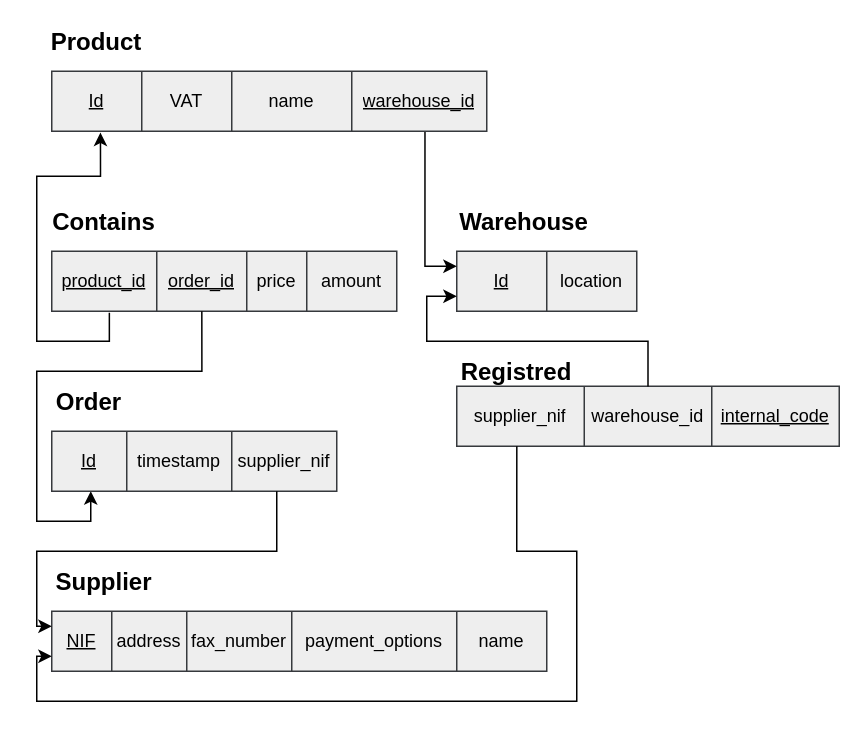
Before: P3-3/chart1.drawio in Unn4m3DD/db, a draw.io diagram. Source tidied: cells renumbered, new cells numbered last; positions are measured from the earlier drawing's top-left corner, leaving out a move shared by most shapes. Both pictures are drawn from the tidied source at 150%, with x=0, y=0 at pixel (36, 26).
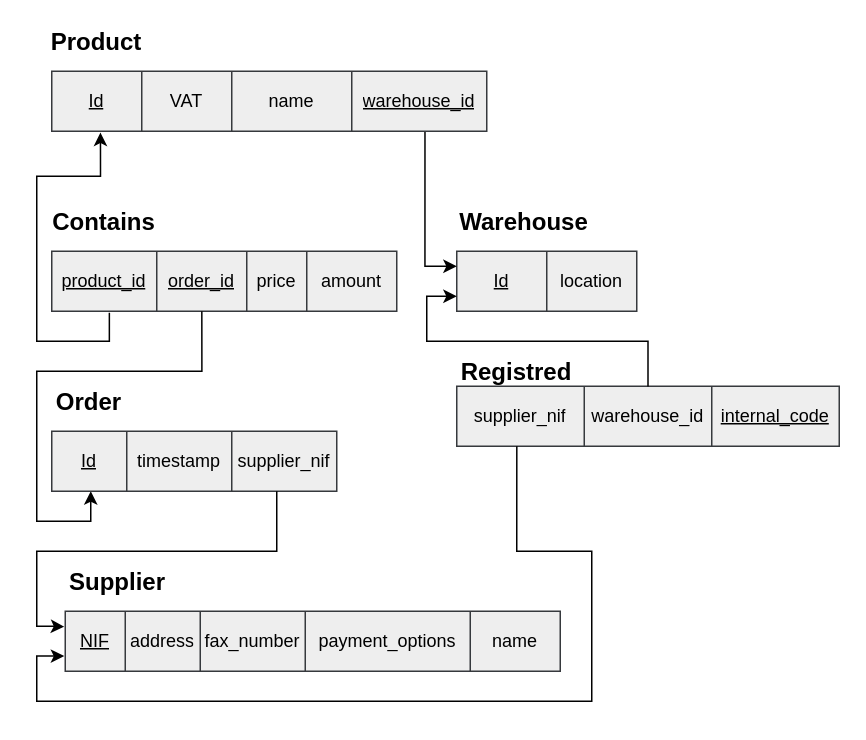
After the change.

Unchanged cells that the change refers to:
```xml
<mxCell id="15" style="shape=partialRectangle;html=1;whiteSpace=wrap;fillColor=none;top=0;left=0;bottom=0;right=0;points=[[0,0.5],[1,0.5]];portConstraint=eastwest;" parent="14" vertex="1">
  <mxGeometry width="330" height="40" as="geometry" />
</mxCell>
<mxCell id="37" style="shape=partialRectangle;html=1;whiteSpace=wrap;fillColor=none;top=0;left=0;bottom=0;right=0;points=[[0,0.5],[1,0.5]];portConstraint=eastwest;" parent="36" vertex="1">
  <mxGeometry width="255" height="40" as="geometry" />
</mxCell>
```

Diff of the diagram source:
```diff
@@
     <mxCell id="14" style="shape=table;html=1;whiteSpace=wrap;startSize=0;childLayout=tableLayout;fillColor=#eeeeee;strokeColor=#36393d;" parent="1" vertex="1">
-      <mxGeometry x="10" y="390" width="330" height="40" as="geometry" />
+      <mxGeometry x="19" y="390" width="330" height="40" as="geometry" />
     </mxCell>
@@
     <mxCell id="21" value="&lt;span style=&quot;font-size: 16px&quot;&gt;&lt;b&gt;Supplier&lt;/b&gt;&lt;/span&gt;" style="text;html=1;strokeColor=none;fillColor=none;align=center;verticalAlign=middle;whiteSpace=wrap;rounded=0;" parent="1" vertex="1">
-      <mxGeometry x="10" y="360" width="70" height="20" as="geometry" />
+      <mxGeometry x="19" y="360" width="70" height="20" as="geometry" />
     </mxCell>
@@
-    <mxCell id="42" style="edgeStyle=orthogonalEdgeStyle;rounded=0;orthogonalLoop=1;jettySize=auto;html=1;exitX=0;exitY=0.5;exitDx=0;exitDy=0;" parent="1" edge="1">
+    <mxCell id="42" style="edgeStyle=orthogonalEdgeStyle;rounded=0;jettySize=auto;html=1;exitX=0;exitY=0.5;exitDx=0;exitDy=0;entryX=-0.002;entryY=0.258;entryDx=0;entryDy=0;entryPerimeter=0;" parent="1" edge="1" target="15">
       <mxGeometry relative="1" as="geometry">
         <mxPoint x="160" y="310" as="sourcePoint" />
-        <mxPoint x="10" y="400" as="targetPoint" />
         <Array as="points">
           <mxPoint x="160" y="350" />
           <mxPoint y="350" />
           <mxPoint y="400" />
           <mxPoint x="10" y="400" />
         </Array>
       </mxGeometry>
     </mxCell>
@@
-    <mxCell id="44" style="edgeStyle=orthogonalEdgeStyle;rounded=0;jettySize=auto;html=1;exitX=0.157;exitY=1;exitDx=0;exitDy=0;exitPerimeter=0;" parent="1" edge="1" source="37">
+    <mxCell id="44" style="edgeStyle=orthogonalEdgeStyle;rounded=0;jettySize=auto;html=1;exitX=0.157;exitY=1;exitDx=0;exitDy=0;exitPerimeter=0;entryX=-0.002;entryY=0.747;entryDx=0;entryDy=0;entryPerimeter=0;" parent="1" edge="1" source="37" target="15">
       <mxGeometry relative="1" as="geometry">
-        <mxPoint x="10" y="420" as="targetPoint" />
         <Array as="points">
           <mxPoint x="320" y="350" />
-          <mxPoint x="360" y="350" />
-          <mxPoint x="360" y="450" />
+          <mxPoint x="370" y="350" />
+          <mxPoint x="370" y="450" />
           <mxPoint y="450" />
           <mxPoint y="420" />
-          <mxPoint x="10" y="420" />
         </Array>
       </mxGeometry>
     </mxCell>
```
